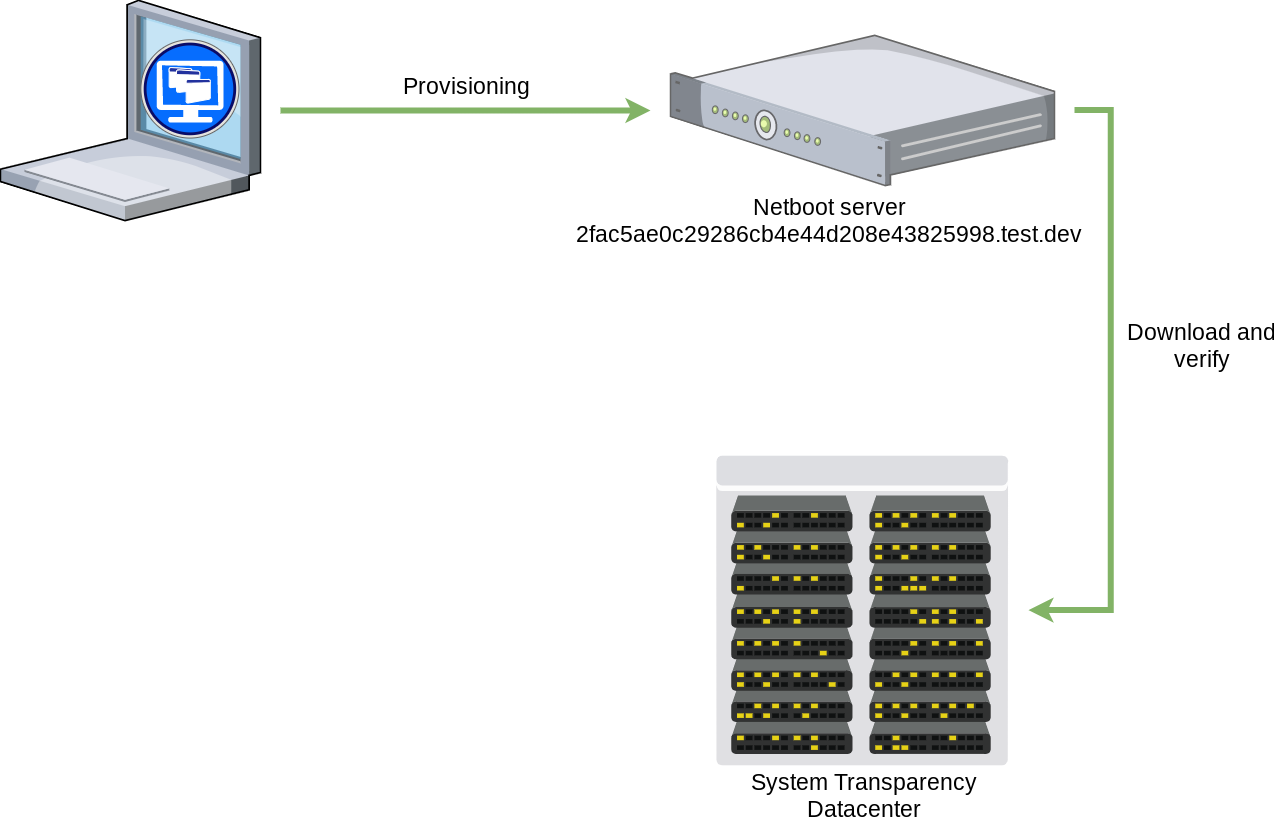
Above: .gitbook/assets/netboot (1).png in system-transparency/docs (draw.io), before the change. Source tidied: cells renumbered, new cells last; positions are measured from the earlier drawing's top-left corner, leaving out a move shared by most shapes. Source of this version:
```xml
<mxGraphModel>
  <root>
    <mxCell id="0" style="html=1;" />
    <mxCell id="1" style="html=1;" parent="0" />
    <mxCell id="2" style="verticalLabelPosition=bottom;html=1;verticalAlign=top;strokeColor=none;align=center;outlineConnect=0;shape=mxgraph.citrix.1u_2u_server;" parent="1" vertex="1">
      <mxGeometry x="670" y="35" width="384" height="150" as="geometry" />
    </mxCell>
    <mxCell id="3" style="verticalLabelPosition=bottom;html=1;verticalAlign=top;strokeColor=none;align=center;outlineConnect=0;shape=mxgraph.citrix.datacenter;" parent="1" vertex="1">
      <mxGeometry x="716" y="455" width="292" height="310" as="geometry" />
    </mxCell>
    <mxCell id="4" style="edgeStyle=orthogonalEdgeStyle;rounded=0;jettySize=auto;html=1;strokeWidth=6;sourcePerimeterSpacing=20;targetPerimeterSpacing=20;fillColor=#d5e8d4;strokeColor=#82b366;" parent="1" edge="1" source="5" target="2">
      <mxGeometry relative="1" as="geometry" />
    </mxCell>
    <mxCell id="5" style="verticalLabelPosition=bottom;html=1;verticalAlign=top;strokeColor=none;align=center;outlineConnect=0;shape=mxgraph.citrix.xenclient;" parent="1" vertex="1">
      <mxGeometry width="260" height="220" as="geometry" />
    </mxCell>
    <mxCell id="6" value="&lt;font&gt;&lt;span style=&quot;font-size: 23px&quot;&gt;Netboot server&lt;/span&gt;&lt;br&gt;&lt;span style=&quot;font-size: 23px&quot;&gt;2fac5ae0c29286cb4e44d208e43825998.test.dev&lt;/span&gt;&lt;br&gt;&lt;/font&gt;" style="text;html=1;align=center;verticalAlign=middle;fillColor=none;strokeColor=none;rounded=0;" parent="1" vertex="1">
      <mxGeometry x="570" y="200" width="510" height="40" as="geometry" />
    </mxCell>
    <mxCell id="7" value="&lt;font style=&quot;font-size: 23px&quot;&gt;Provisioning&lt;/font&gt;" style="text;html=1;align=center;verticalAlign=middle;fillColor=none;strokeColor=none;rounded=0;" parent="1" vertex="1">
      <mxGeometry x="395" y="75" width="140" height="20" as="geometry" />
    </mxCell>
    <mxCell id="8" style="edgeStyle=orthogonalEdgeStyle;rounded=0;jettySize=auto;html=1;strokeWidth=6;sourcePerimeterSpacing=20;targetPerimeterSpacing=20;fillColor=#d5e8d4;strokeColor=#82b366;" parent="1" edge="1" source="2" target="3">
      <mxGeometry relative="1" as="geometry">
        <Array as="points">
          <mxPoint x="1110" y="110" />
          <mxPoint x="1110" y="610" />
        </Array>
      </mxGeometry>
    </mxCell>
    <mxCell id="9" value="&lt;span style=&quot;font-size: 23px&quot;&gt;Download and&lt;br&gt;verify&lt;br&gt;&lt;/span&gt;" style="text;html=1;align=center;verticalAlign=middle;fillColor=none;strokeColor=none;rounded=0;direction=south;" parent="1" vertex="1">
      <mxGeometry x="1180" y="265" width="40" height="160" as="geometry" />
    </mxCell>
    <mxCell id="10" value="&lt;span style=&quot;font-size: 23px&quot;&gt;System Transparency&lt;br&gt;Datacenter&lt;br&gt;&lt;/span&gt;" style="text;html=1;align=center;verticalAlign=middle;fillColor=none;strokeColor=none;rounded=0;direction=south;" parent="1" vertex="1">
      <mxGeometry x="742" y="775" width="240" height="40" as="geometry" />
    </mxCell>
  </root>
</mxGraphModel>
```
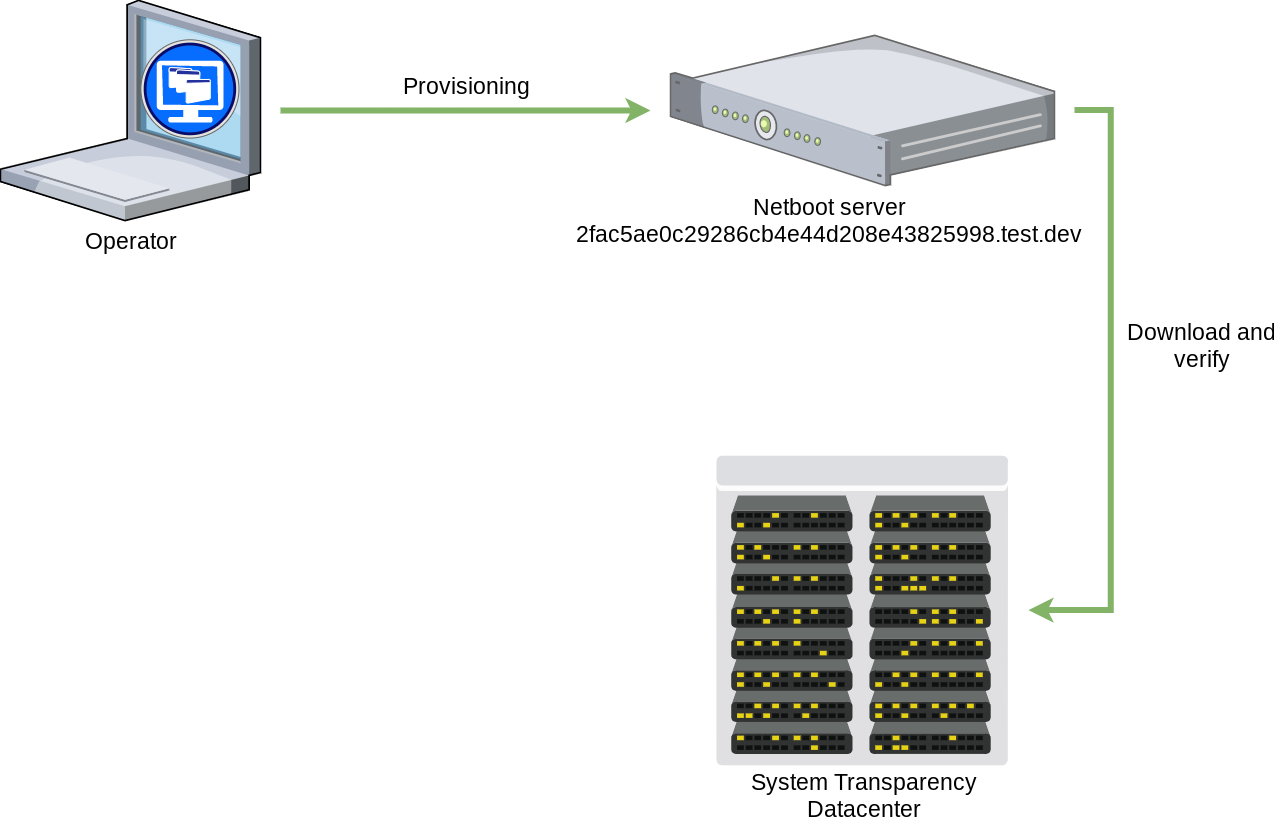
Above is the later version.

Diff of the diagram source:
```diff
@@ -34,5 +34,8 @@
     <mxCell id="10" value="&lt;span style=&quot;font-size: 23px&quot;&gt;System Transparency&lt;br&gt;Datacenter&lt;br&gt;&lt;/span&gt;" style="text;html=1;align=center;verticalAlign=middle;fillColor=none;strokeColor=none;rounded=0;direction=south;" parent="1" vertex="1">
       <mxGeometry x="742" y="775" width="240" height="40" as="geometry" />
     </mxCell>
+    <mxCell id="11" value="&lt;font style=&quot;font-size: 23px&quot;&gt;Operator&lt;/font&gt;" style="text;html=1;align=center;verticalAlign=middle;fillColor=none;strokeColor=none;rounded=0;" parent="1" vertex="1">
+      <mxGeometry x="75" y="230" width="110" height="20" as="geometry" />
+    </mxCell>
   </root>
 </mxGraphModel>
```
